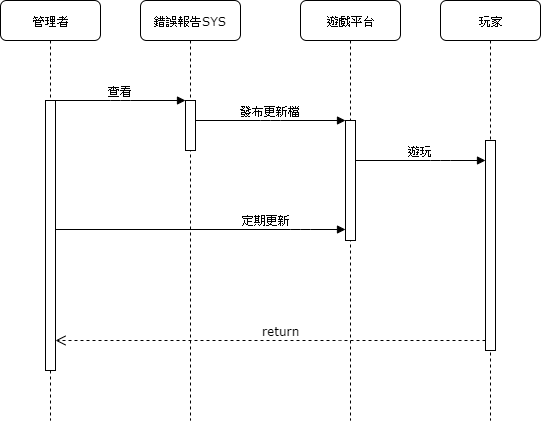
Above: 後台維護系統循序圖.png in 0624036/0624036_OO (draw.io), before the change. Source tidied: cells renumbered, new cells last; positions are measured from the earlier drawing's top-left corner, leaving out a move shared by most shapes.
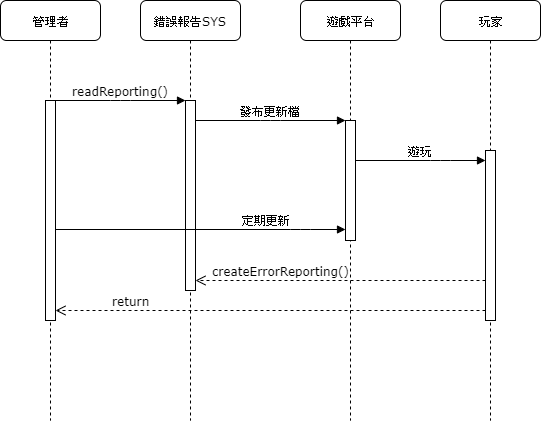
The same diagram one commit later.

Commit message:
Added 後台維護系統循序圖.png

Change to the diagram source:
```diff
@@ -6,7 +6,7 @@
       <mxGeometry x="140" width="100" height="420" as="geometry" />
     </mxCell>
     <mxCell id="3" style="html=1;points=[];perimeter=orthogonalPerimeter;rounded=0;shadow=0;comic=0;labelBackgroundColor=none;strokeWidth=1;fontFamily=Verdana;fontSize=12;align=center;" parent="2" vertex="1">
-      <mxGeometry x="45" y="100" width="10" height="50" as="geometry" />
+      <mxGeometry x="45" y="100" width="10" height="190" as="geometry" />
     </mxCell>
     <mxCell id="4" value="遊戲平台" style="shape=umlLifeline;perimeter=lifelinePerimeter;whiteSpace=wrap;html=1;rounded=1;shadow=0;comic=0;labelBackgroundColor=none;strokeWidth=1;fontFamily=Verdana;fontSize=12;align=center;" parent="1" vertex="1">
       <mxGeometry x="300" width="100" height="420" as="geometry" />
@@ -21,10 +21,10 @@
       <mxGeometry width="100" height="420" as="geometry" />
     </mxCell>
     <mxCell id="8" style="html=1;points=[];perimeter=orthogonalPerimeter;rounded=0;shadow=0;comic=0;labelBackgroundColor=none;strokeWidth=1;fontFamily=Verdana;fontSize=12;align=center;" parent="7" vertex="1">
-      <mxGeometry x="45" y="100" width="10" height="270" as="geometry" />
+      <mxGeometry x="45" y="100" width="10" height="220" as="geometry" />
     </mxCell>
     <mxCell id="9" style="html=1;points=[];perimeter=orthogonalPerimeter;rounded=0;shadow=0;comic=0;labelBackgroundColor=none;strokeWidth=1;fontFamily=Verdana;fontSize=12;align=center;" parent="1" vertex="1">
-      <mxGeometry x="485" y="140" width="10" height="210" as="geometry" />
+      <mxGeometry x="485" y="150" width="10" height="170" as="geometry" />
     </mxCell>
     <mxCell id="10" value="遊玩" style="html=1;verticalAlign=bottom;endArrow=block;labelBackgroundColor=none;fontFamily=Verdana;fontSize=12;edgeStyle=elbowEdgeStyle;elbow=vertical;" parent="1" edge="1" source="5" target="9">
       <mxGeometry relative="1" as="geometry">
@@ -43,8 +43,10 @@
       </mxGeometry>
     </mxCell>
     <mxCell id="12" value="return" style="html=1;verticalAlign=bottom;endArrow=open;dashed=1;endSize=8;labelBackgroundColor=none;fontFamily=Verdana;fontSize=12;edgeStyle=elbowEdgeStyle;elbow=vertical;" parent="1" edge="1" source="9" target="8">
-      <mxGeometry x="-0.05" relative="1" as="geometry">
+      <mxGeometry x="0.65" relative="1" as="geometry">
         <Array as="points">
+          <mxPoint x="340" y="310" />
+          <mxPoint x="230" y="360" />
           <mxPoint x="330" y="340" />
           <mxPoint x="440" y="300" />
           <mxPoint x="430" y="300" />
@@ -52,11 +54,24 @@
         </Array>
       </mxGeometry>
     </mxCell>
-    <mxCell id="13" value="查看" style="html=1;verticalAlign=bottom;endArrow=block;entryX=0;entryY=0;labelBackgroundColor=none;fontFamily=Verdana;fontSize=12;edgeStyle=elbowEdgeStyle;elbow=vertical;" parent="1" edge="1" source="8" target="3">
+    <mxCell id="13" value="readReporting()" style="html=1;verticalAlign=bottom;endArrow=block;entryX=0;entryY=0;labelBackgroundColor=none;fontFamily=Verdana;fontSize=12;edgeStyle=elbowEdgeStyle;elbow=vertical;" parent="1" edge="1" source="8" target="3">
       <mxGeometry relative="1" as="geometry" />
     </mxCell>
     <mxCell id="14" value="發布更新檔" style="html=1;verticalAlign=bottom;endArrow=block;entryX=0;entryY=0;labelBackgroundColor=none;fontFamily=Verdana;fontSize=12;edgeStyle=elbowEdgeStyle;elbow=vertical;" parent="1" edge="1" source="3" target="5">
       <mxGeometry relative="1" as="geometry" />
     </mxCell>
+    <mxCell id="15" value="createErrorReporting()" style="html=1;verticalAlign=bottom;endArrow=open;dashed=1;endSize=8;labelBackgroundColor=none;fontFamily=Verdana;fontSize=12;edgeStyle=elbowEdgeStyle;elbow=vertical;" parent="1" edge="1" source="9" target="3">
+      <mxGeometry x="0.41" relative="1" as="geometry">
+        <Array as="points">
+          <mxPoint x="400" y="280" />
+          <mxPoint x="380" y="290" />
+          <mxPoint x="225" y="259.5" />
+          <mxPoint x="325" y="239.5" />
+          <mxPoint x="435" y="199.5" />
+          <mxPoint x="425" y="199.5" />
+          <mxPoint x="465" y="419.5" />
+        </Array>
+      </mxGeometry>
+    </mxCell>
   </root>
 </mxGraphModel>
```
